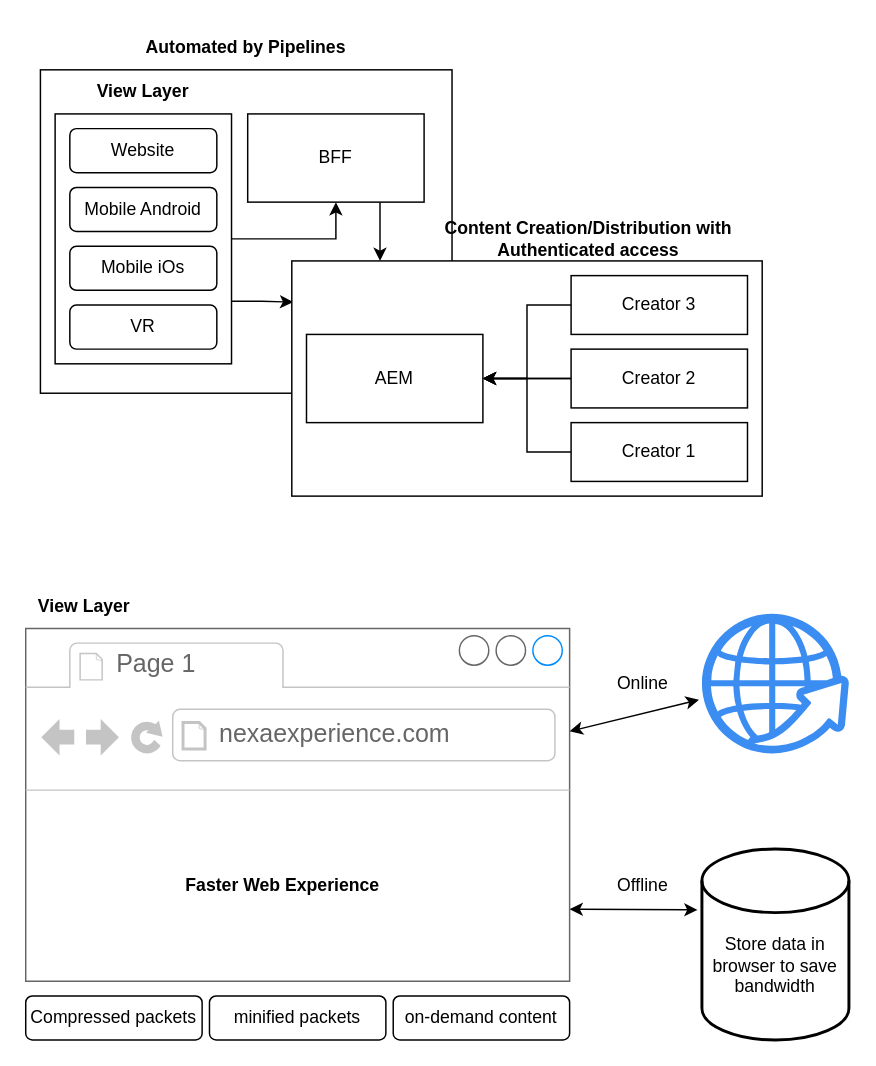
Above: ms.drawio in jagatjeevansahoo/draw.io (draw.io), before the change. Source tidied: cells renumbered, new cells numbered last; positions are measured from the earlier drawing's top-left corner, leaving out a move shared by most shapes. Both pictures are drawn from the tidied source at 147%, with x=0, y=0 at pixel (25, 25).
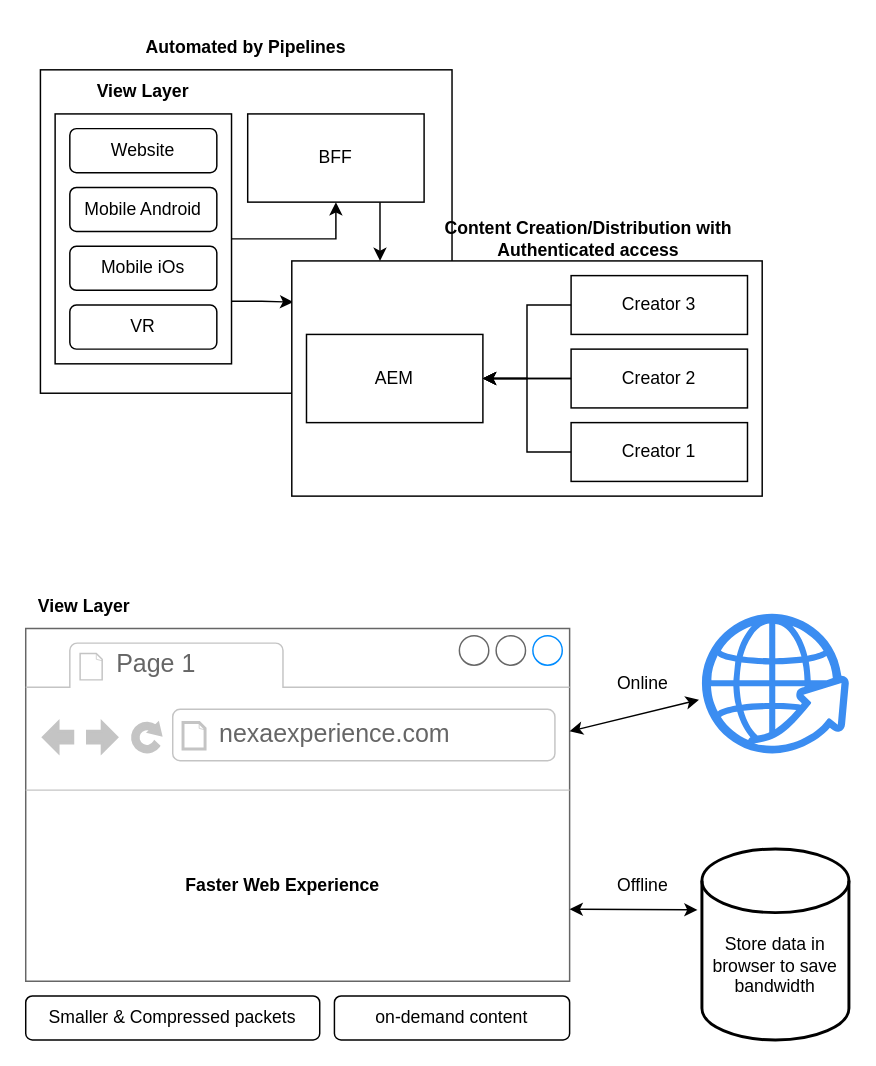
The same diagram, later.

What changed in the source:
```diff
@@
-    <mxCell id="38" value="Compressed packets" style="rounded=1;whiteSpace=wrap;html=1;" parent="1" vertex="1">
-      <mxGeometry y="660" width="120" height="30" as="geometry" />
+    <mxCell id="38" value="Smaller &amp;amp; Compressed packets" style="rounded=1;whiteSpace=wrap;html=1;" parent="1" vertex="1">
+      <mxGeometry y="660" width="200" height="30" as="geometry" />
     </mxCell>
-    <mxCell id="39" value="minified packets" style="rounded=1;whiteSpace=wrap;html=1;" parent="1" vertex="1">
-      <mxGeometry x="125" y="660" width="120" height="30" as="geometry" />
-    </mxCell>
     <mxCell id="40" value="on-demand content" style="rounded=1;whiteSpace=wrap;html=1;" parent="1" vertex="1">
-      <mxGeometry x="250" y="660" width="120" height="30" as="geometry" />
+      <mxGeometry x="210" y="660" width="160" height="30" as="geometry" />
     </mxCell>
```
